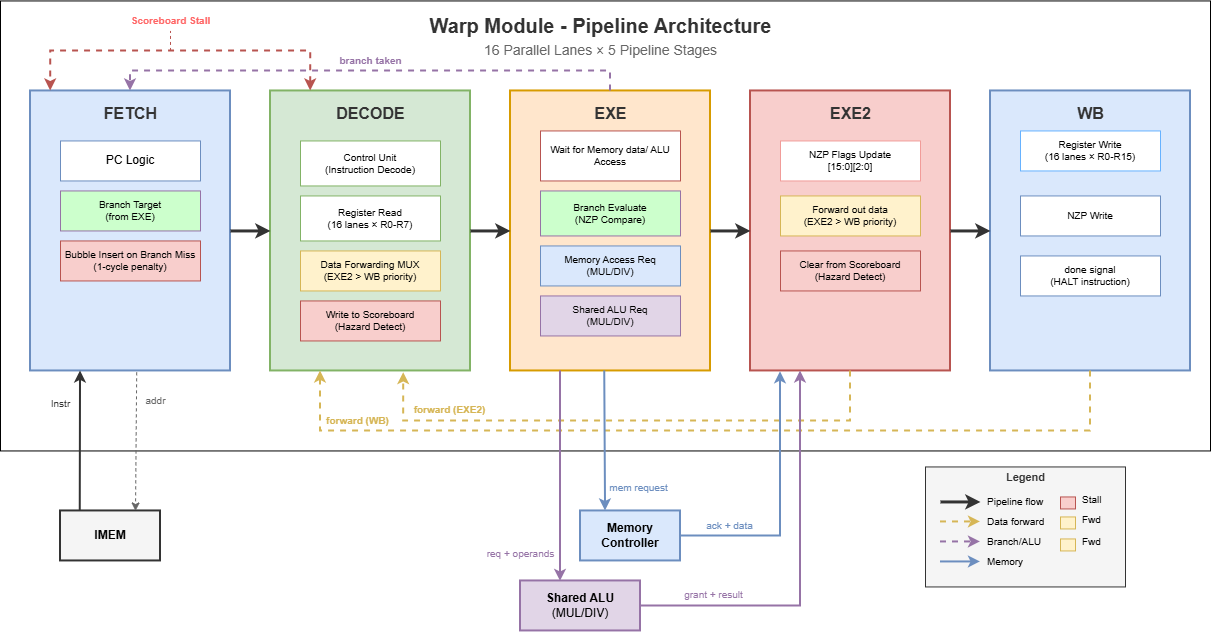
Above: images/warp.drawio.png in Cole-Codemann/SIMD-GPU-Core (draw.io), before the change. Source tidied: cells renumbered, new cells last; positions are measured from the earlier drawing's top-left corner, leaving out a move shared by most shapes.
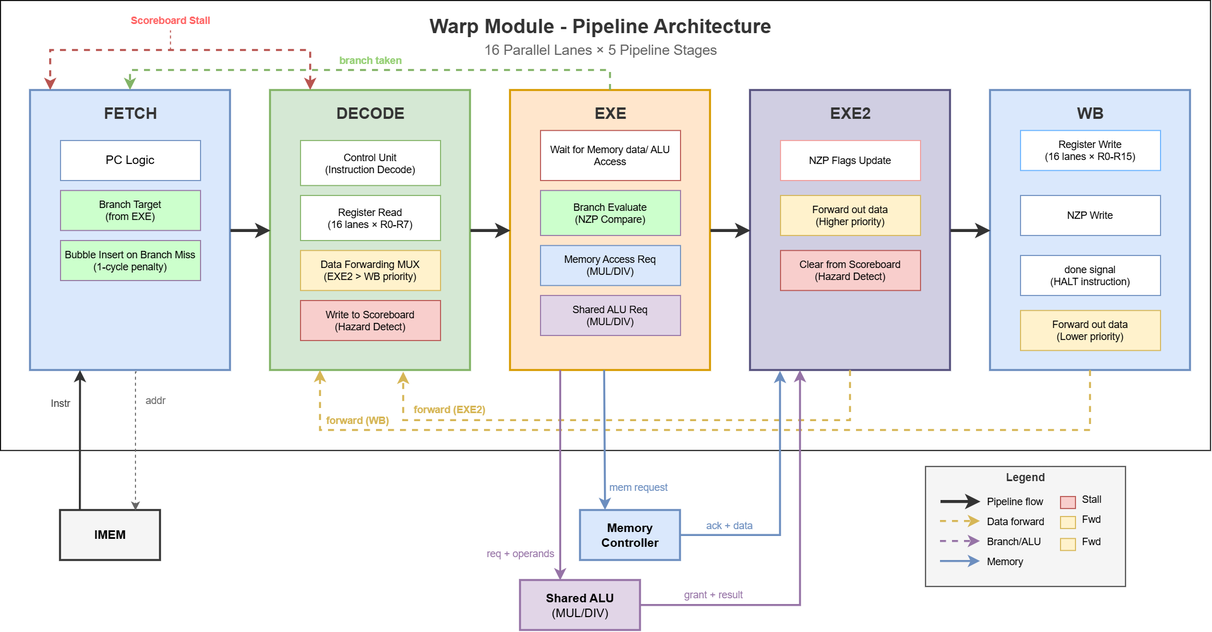
Later version of the same file.

The edit, as a diff of the source:
```diff
@@ -23,7 +23,7 @@
     <mxCell id="8" value="Branch Target&lt;br&gt;(from EXE)" style="rounded=0;whiteSpace=wrap;html=1;fillColor=#CCFFCC;strokeColor=#9673a6;strokeWidth=1;fontSize=10;" parent="1" vertex="1">
       <mxGeometry x="60" y="190" width="140" height="40" as="geometry" />
     </mxCell>
-    <mxCell id="9" value="Bubble Insert on Branch Miss&lt;br&gt;(1-cycle penalty)" style="rounded=0;whiteSpace=wrap;html=1;fillColor=#f8cecc;strokeColor=#b85450;strokeWidth=1;fontSize=10;" parent="1" vertex="1">
+    <mxCell id="9" value="Bubble Insert on Branch Miss&lt;br&gt;(1-cycle penalty)" style="rounded=0;whiteSpace=wrap;html=1;fillColor=#CCFFCC;strokeColor=#B9E0A5;strokeWidth=1;fontSize=10;" parent="1" vertex="1">
       <mxGeometry x="60" y="240" width="140" height="40" as="geometry" />
     </mxCell>
     <mxCell id="10" style="rounded=0;whiteSpace=wrap;html=1;fillColor=#d5e8d4;strokeColor=#82b366;strokeWidth=2;" parent="1" vertex="1">
@@ -56,7 +56,7 @@
     <mxCell id="19" value="Shared ALU Req&lt;br&gt;(MUL/DIV)" style="rounded=0;whiteSpace=wrap;html=1;fillColor=#e1d5e7;strokeColor=#9673a6;strokeWidth=1;fontSize=10;" parent="1" vertex="1">
       <mxGeometry x="540" y="295" width="140" height="40" as="geometry" />
     </mxCell>
-    <mxCell id="20" style="rounded=0;whiteSpace=wrap;html=1;fillColor=#f8cecc;strokeColor=#b85450;strokeWidth=2;" parent="1" vertex="1">
+    <mxCell id="20" style="rounded=0;whiteSpace=wrap;html=1;fillColor=#d0cee2;strokeColor=#56517e;strokeWidth=2;" parent="1" vertex="1">
       <mxGeometry x="750" y="90" width="200" height="280" as="geometry" />
     </mxCell>
     <mxCell id="21" value="&lt;b&gt;EXE2&lt;/b&gt;" style="text;html=1;strokeColor=none;fillColor=none;align=center;verticalAlign=middle;fontSize=16;fontColor=#333333;" parent="1" vertex="1">
@@ -108,7 +108,7 @@
     <mxCell id="33" value="forward (WB)" style="text;html=1;strokeColor=none;fillColor=none;align=center;verticalAlign=middle;fontSize=10;fontColor=#d6b656;fontStyle=1;" parent="1" vertex="1">
       <mxGeometry x="322" y="409.5" width="70" height="20" as="geometry" />
     </mxCell>
-    <mxCell id="34" style="edgeStyle=orthogonalEdgeStyle;rounded=0;jettySize=auto;html=1;strokeColor=#9673a6;strokeWidth=2;endArrow=classic;dashed=1;exitX=0.5;exitY=0;entryX=0.5;entryY=0;" parent="1" edge="1" source="16" target="5">
+    <mxCell id="34" style="edgeStyle=orthogonalEdgeStyle;rounded=0;jettySize=auto;html=1;strokeColor=#82b366;strokeWidth=2;endArrow=classic;dashed=1;exitX=0.5;exitY=0;entryX=0.5;entryY=0;fillColor=#d5e8d4;" parent="1" edge="1" source="16" target="5">
       <mxGeometry relative="1" as="geometry">
         <Array as="points">
           <mxPoint x="610" y="70" />
@@ -116,7 +116,7 @@
         </Array>
       </mxGeometry>
     </mxCell>
-    <mxCell id="35" value="branch taken" style="text;html=1;strokeColor=none;fillColor=none;align=center;verticalAlign=middle;fontSize=10;fontColor=#9673a6;fontStyle=1;" parent="1" vertex="1">
+    <mxCell id="35" value="branch taken" style="text;html=1;strokeColor=none;fillColor=none;align=center;verticalAlign=middle;fontSize=10;fontColor=#97D077;fontStyle=1;" parent="1" vertex="1">
       <mxGeometry x="330" y="50" width="80" height="20" as="geometry" />
     </mxCell>
     <mxCell id="36" value="&lt;b&gt;IMEM&lt;/b&gt;" style="rounded=0;whiteSpace=wrap;html=1;fillColor=#f5f5f5;strokeColor=#333333;strokeWidth=2;" parent="1" vertex="1">
@@ -247,7 +247,7 @@
     <mxCell id="64" value="Fwd" style="text;html=1;strokeColor=none;fillColor=none;align=left;verticalAlign=middle;fontSize=10;" parent="1" vertex="1">
       <mxGeometry x="1080" y="511" width="35" height="16" as="geometry" />
     </mxCell>
-    <mxCell id="65" value="NZP Flags Update&lt;br&gt;[15:0][2:0]" style="rounded=0;whiteSpace=wrap;html=1;fillColor=#ffffff;strokeColor=#F19C99;strokeWidth=1;fontSize=10;" parent="1" vertex="1">
+    <mxCell id="65" value="NZP Flags Update" style="rounded=0;whiteSpace=wrap;html=1;fillColor=#ffffff;strokeColor=#F19C99;strokeWidth=1;fontSize=10;" parent="1" vertex="1">
       <mxGeometry x="780" y="140" width="140" height="40" as="geometry" />
     </mxCell>
     <mxCell id="66" value="Memory Access Req&lt;br&gt;(MUL/DIV)" style="rounded=0;whiteSpace=wrap;html=1;fillColor=#dae8fc;strokeColor=#6c8ebf;strokeWidth=1;fontSize=10;" parent="1" vertex="1">
@@ -256,7 +256,7 @@
     <mxCell id="67" value="Wait for Memory data/ ALU Access" style="rounded=0;whiteSpace=wrap;html=1;fillColor=#ffffff;strokeColor=#b85450;strokeWidth=1;fontSize=10;" parent="1" vertex="1">
       <mxGeometry x="540" y="130" width="140" height="50" as="geometry" />
     </mxCell>
-    <mxCell id="68" value="Forward out data&lt;br&gt;(EXE2 &amp;gt; WB priority)" style="rounded=0;whiteSpace=wrap;html=1;fillColor=#fff2cc;strokeColor=#d6b656;strokeWidth=1;fontSize=10;" parent="1" vertex="1">
+    <mxCell id="68" value="Forward out data&lt;br&gt;(Higher priority)" style="rounded=0;whiteSpace=wrap;html=1;fillColor=#fff2cc;strokeColor=#d6b656;strokeWidth=1;fontSize=10;" parent="1" vertex="1">
       <mxGeometry x="780" y="195" width="140" height="40" as="geometry" />
     </mxCell>
     <mxCell id="69" value="Clear from Scoreboard&lt;br&gt;(Hazard Detect)" style="rounded=0;whiteSpace=wrap;html=1;fillColor=#f8cecc;strokeColor=#b85450;strokeWidth=1;fontSize=10;" parent="1" vertex="1">
@@ -290,5 +290,11 @@
     <mxCell id="75" value="&lt;span style=&quot;color: rgb(255, 102, 102);&quot;&gt;Scoreboard Stall&lt;/span&gt;" style="text;html=1;strokeColor=none;fillColor=none;align=center;verticalAlign=middle;fontSize=10;fontColor=#9673a6;fontStyle=1;" parent="1" vertex="1">
       <mxGeometry x="130" y="10" width="80" height="20" as="geometry" />
     </mxCell>
+    <mxCell id="76" value="Forward out data&lt;br&gt;(Lower priority)" style="rounded=0;whiteSpace=wrap;html=1;fillColor=#fff2cc;strokeColor=#d6b656;strokeWidth=1;fontSize=10;" parent="1" vertex="1">
+      <mxGeometry x="1020" y="310" width="140" height="40" as="geometry" />
+    </mxCell>
+    <mxCell id="77" value="&lt;div&gt;Bubble Insert on Branch Miss&lt;/div&gt;&lt;div&gt;(1-cycle penalty)&lt;/div&gt;" style="rounded=0;whiteSpace=wrap;html=1;fillColor=#CCFFCC;strokeColor=#9673a6;strokeWidth=1;fontSize=10;" parent="1" vertex="1">
+      <mxGeometry x="60" y="240" width="140" height="40" as="geometry" />
+    </mxCell>
   </root>
 </mxGraphModel>
```
